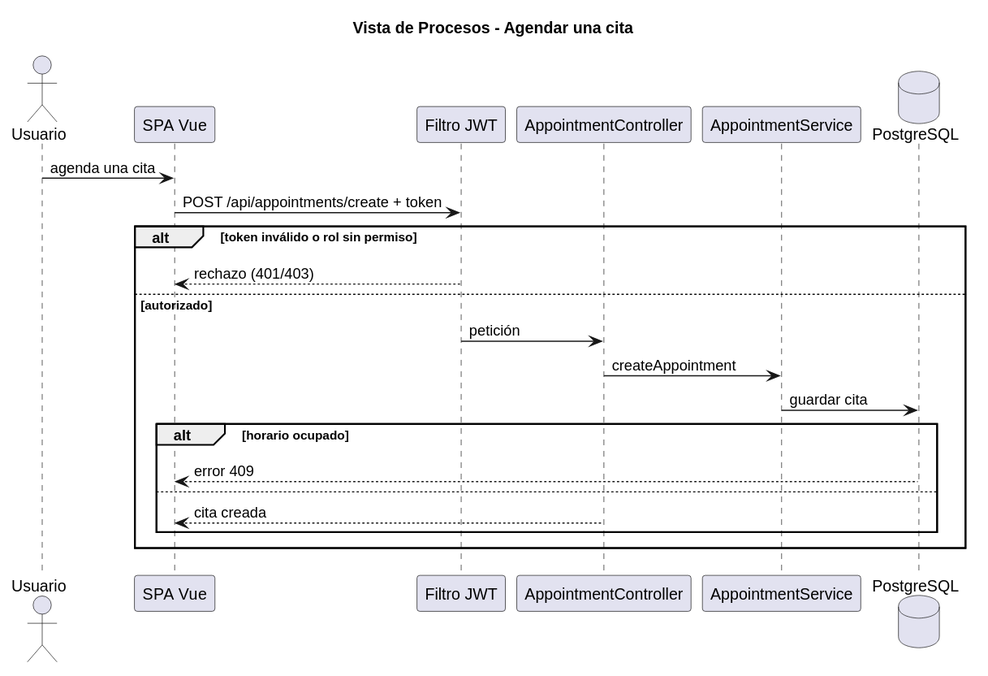
The PlantUML diagram docs/4 + 1/vista-procesos.svg in astern22/Piedrazul, before a commit. The source it was exported from:
```plantuml
@startuml
title Vista de Procesos - Agendar una cita
actor Usuario
participant "SPA Vue" as SPA
participant "Filtro JWT" as F
participant AppointmentController as C
participant AppointmentService as S
database PostgreSQL as DB
Usuario -> SPA : agenda una cita
SPA -> F : POST /api/appointments/create + token
alt token inválido o rol sin permiso
  F --> SPA : rechazo (401/403)
else autorizado
  F -> C : petición
  C -> S : createAppointment
  S -> DB : guardar cita
  alt horario ocupado
    DB --> SPA : error 409
  else
    C --> SPA : cita creada
  end
end
@enduml
```
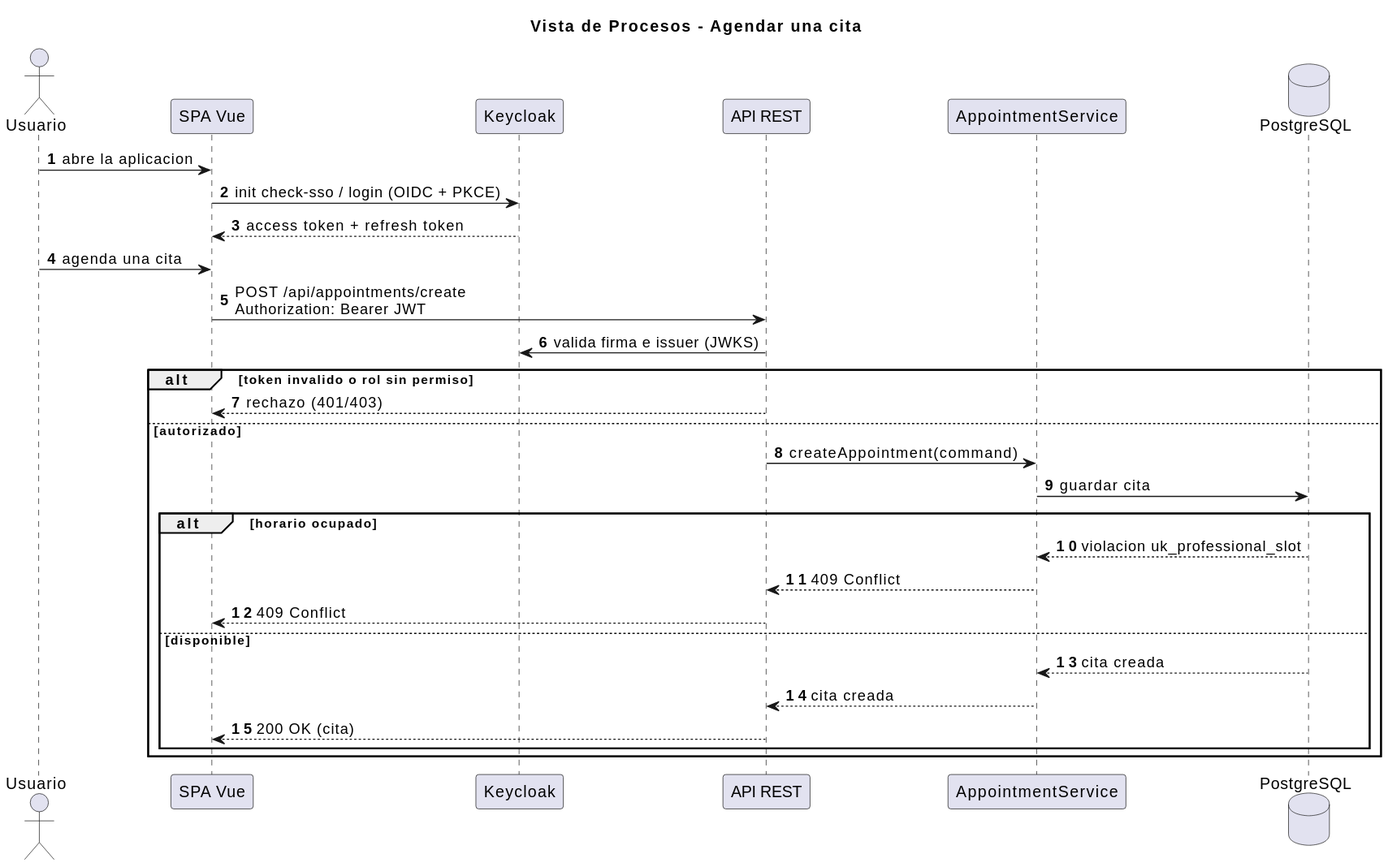
After the commit.

Change to the diagram source:
```diff
@@ -1,23 +1,36 @@
 @startuml
 title Vista de Procesos - Agendar una cita
+autonumber
+
 actor Usuario
 participant "SPA Vue" as SPA
-participant "Filtro JWT" as F
-participant AppointmentController as C
-participant AppointmentService as S
-database PostgreSQL as DB
+participant "Keycloak" as KC
+participant "API REST" as API
+participant "AppointmentService" as S
+database "PostgreSQL" as DB
+
+Usuario -> SPA : abre la aplicacion
+SPA -> KC : init check-sso / login (OIDC + PKCE)
+KC --> SPA : access token + refresh token
+
 Usuario -> SPA : agenda una cita
-SPA -> F : POST /api/appointments/create + token
-alt token inválido o rol sin permiso
-  F --> SPA : rechazo (401/403)
+SPA -> API : POST /api/appointments/create\nAuthorization: Bearer JWT
+API -> KC : valida firma e issuer (JWKS)
+
+alt token invalido o rol sin permiso
+  API --> SPA : rechazo (401/403)
 else autorizado
-  F -> C : petición
-  C -> S : createAppointment
+  API -> S : createAppointment(command)
   S -> DB : guardar cita
+
   alt horario ocupado
-    DB --> SPA : error 409
-  else
-    C --> SPA : cita creada
+    DB --> S : violacion uk_professional_slot
+    S --> API : 409 Conflict
+    API --> SPA : 409 Conflict
+  else disponible
+    DB --> S : cita creada
+    S --> API : cita creada
+    API --> SPA : 200 OK (cita)
   end
 end
 @enduml
```
